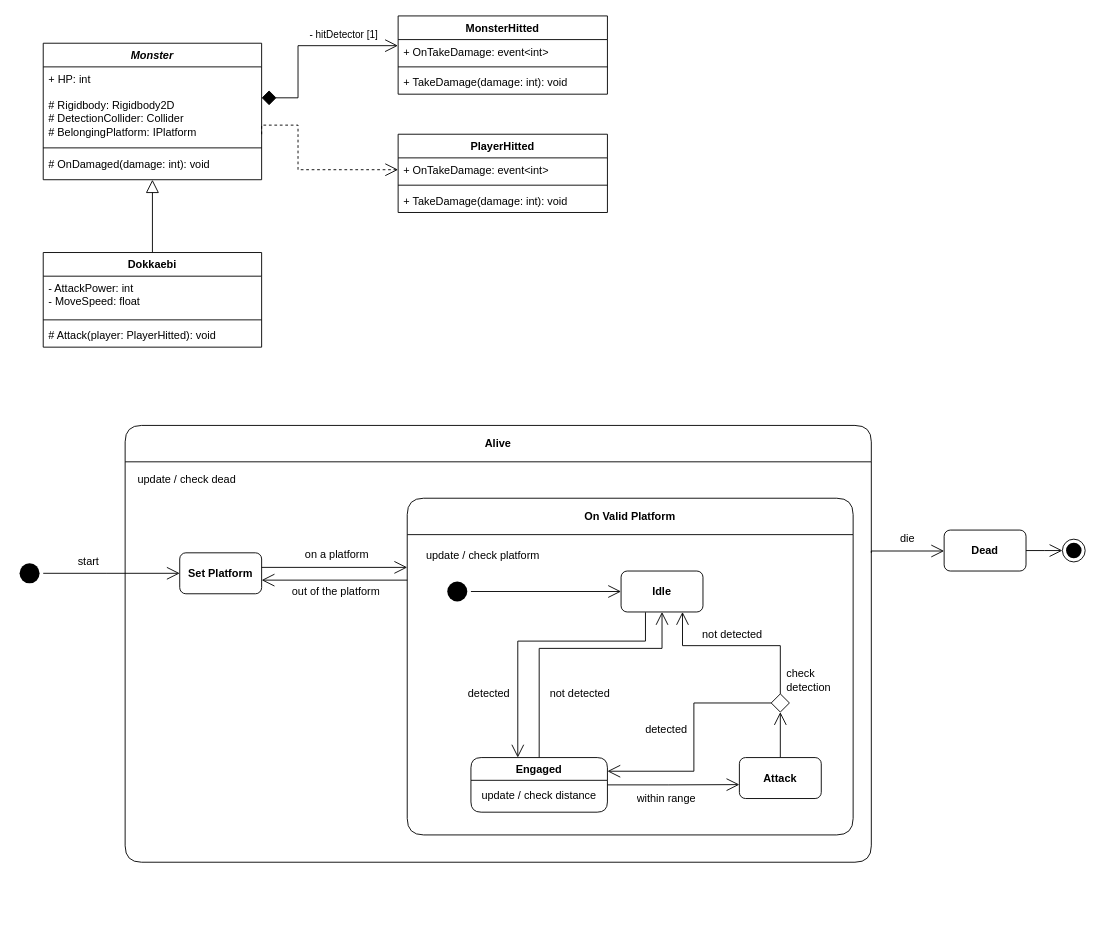
Before: Assets/Scripts/Monster/Dokkaebi AI.drawio in clssl15-Org/ProjectH, a draw.io diagram. Source tidied: cells renumbered, new cells numbered last; positions are measured from the earlier drawing's top-left corner, leaving out a move shared by most shapes. Both pictures are drawn from the tidied source at 91%, with x=0, y=0 at pixel (15, 15).
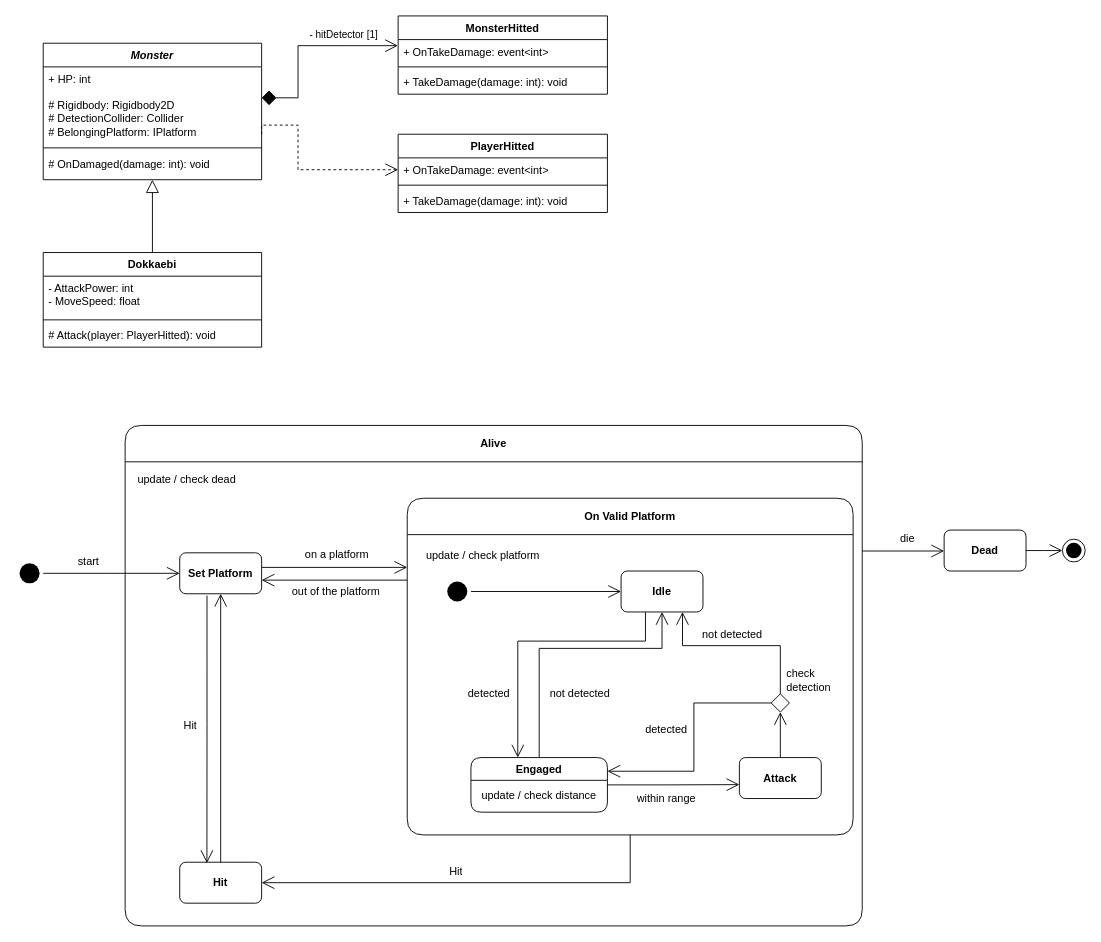
After the change.

Unchanged cells that the change refers to:
```xml
<mxCell id="24" value="On Valid Platform" style="swimlane;whiteSpace=wrap;html=1;startSize=40;rounded=1;" parent="22" vertex="1">
  <mxGeometry x="310" y="80" width="490" height="370" as="geometry" />
</mxCell>
<mxCell id="45" value="&lt;b&gt;Set Platform&lt;/b&gt;" style="rounded=1;whiteSpace=wrap;html=1;" parent="22" vertex="1">
  <mxGeometry x="60" y="140" width="90" height="45" as="geometry" />
</mxCell>
<mxCell id="51" value="&lt;b&gt;Dead&lt;/b&gt;" style="rounded=1;whiteSpace=wrap;html=1;" parent="1" vertex="1">
  <mxGeometry x="1020" y="565" width="90" height="45" as="geometry" />
</mxCell>
```

What changed in the source:
```diff
@@
     <mxCell id="21" style="edgeStyle=orthogonalEdgeStyle;shape=connector;rounded=0;jettySize=auto;html=1;strokeColor=default;align=center;verticalAlign=middle;fontFamily=Helvetica;fontSize=11;fontColor=default;labelBackgroundColor=default;endArrow=open;endFill=0;endSize=12;" parent="1" edge="1" target="51">
       <mxGeometry relative="1" as="geometry">
-        <mxPoint x="940" y="590" as="sourcePoint" />
+        <mxPoint x="930" y="588" as="sourcePoint" />
         <Array as="points">
-          <mxPoint x="1030" y="588" />
-          <mxPoint x="1030" y="588" />
+          <mxPoint x="930" y="588" />
         </Array>
       </mxGeometry>
     </mxCell>
     <mxCell id="22" value="Alive" style="swimlane;whiteSpace=wrap;html=1;startSize=40;rounded=1;" parent="1" vertex="1">
-      <mxGeometry x="120" y="450" width="820" height="480" as="geometry" />
+      <mxGeometry x="120" y="450" width="810" height="550" as="geometry" />
     </mxCell>
@@
+    <mxCell id="59" value="Hit" style="text;html=1;strokeColor=none;fillColor=none;align=center;verticalAlign=middle;whiteSpace=wrap;overflow=hidden;" parent="22" vertex="1">
+      <mxGeometry x="28" y="320" width="88" height="20" as="geometry" />
+    </mxCell>
@@
+    <mxCell id="60" value="&lt;b&gt;Hit&lt;/b&gt;" style="rounded=1;whiteSpace=wrap;html=1;" parent="1" vertex="1">
+      <mxGeometry x="180" y="930" width="90" height="45" as="geometry" />
+    </mxCell>
+    <mxCell id="61" value="Hit" style="text;html=1;strokeColor=none;fillColor=none;align=center;verticalAlign=middle;whiteSpace=wrap;overflow=hidden;" parent="1" vertex="1">
+      <mxGeometry x="440" y="930" width="88" height="20" as="geometry" />
+    </mxCell>
+    <mxCell id="62" style="edgeStyle=orthogonalEdgeStyle;rounded=0;jettySize=auto;html=1;entryX=0.332;entryY=0.022;entryDx=0;entryDy=0;endArrow=open;endFill=0;endSize=12;entryPerimeter=0;exitX=0.333;exitY=1.044;exitDx=0;exitDy=0;exitPerimeter=0;" parent="1" edge="1" source="45" target="60">
+      <mxGeometry relative="1" as="geometry" />
+    </mxCell>
+    <mxCell id="63" style="edgeStyle=orthogonalEdgeStyle;shape=connector;rounded=0;jettySize=auto;html=1;entryX=0.5;entryY=1;entryDx=0;entryDy=0;strokeColor=default;align=center;verticalAlign=middle;fontFamily=Helvetica;fontSize=11;fontColor=default;labelBackgroundColor=default;endArrow=open;endFill=0;endSize=12;" parent="1" edge="1" source="60" target="45">
+      <mxGeometry relative="1" as="geometry" />
+    </mxCell>
+    <mxCell id="64" style="edgeStyle=orthogonalEdgeStyle;shape=connector;rounded=0;jettySize=auto;html=1;entryX=1;entryY=0.5;entryDx=0;entryDy=0;strokeColor=default;align=center;verticalAlign=middle;fontFamily=Helvetica;fontSize=11;fontColor=default;labelBackgroundColor=default;endArrow=open;endFill=0;endSize=12;" parent="1" edge="1" source="24" target="60">
+      <mxGeometry relative="1" as="geometry">
+        <Array as="points">
+          <mxPoint x="675" y="953" />
+        </Array>
+      </mxGeometry>
+    </mxCell>
```
